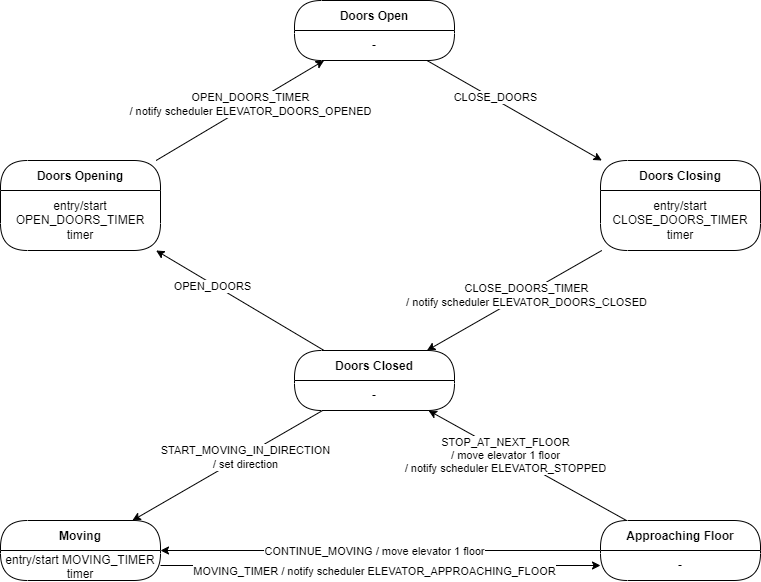
Earlier version of the draw.io export UML_Diagrams/UML_State_Diagram-Elevator.drawio.png (robsim378/sysc_3303_project). Source tidied: cells renumbered, new cells last; positions are measured from the earlier drawing's top-left corner, leaving out a move shared by most shapes. The source it was exported from:
```xml
<mxGraphModel>
  <root>
    <mxCell id="0" />
    <mxCell id="1" parent="0" />
    <mxCell id="2" style="edgeStyle=none;rounded=0;jettySize=auto;html=1;" parent="1" edge="1" source="4" target="12">
      <mxGeometry relative="1" as="geometry" />
    </mxCell>
    <mxCell id="3" value="CLOSE_DOORS" style="edgeLabel;html=1;align=center;verticalAlign=middle;" parent="2" vertex="1">
      <mxGeometry x="-0.24" y="2" relative="1" as="geometry" />
    </mxCell>
    <mxCell id="4" value="Doors Open" style="swimlane;fontStyle=1;align=center;verticalAlign=middle;horizontal=1;startSize=30;fontColor=#000000;rounded=1;arcSize=30;strokeColor=#000000;fillColor=#FFFFFF;swimlaneFillColor=#FFFFFF;" parent="1" vertex="1">
      <mxGeometry x="294" width="160" height="60" as="geometry" />
    </mxCell>
    <mxCell id="5" value="-" style="text;html=1;strokeColor=none;fillColor=none;align=center;verticalAlign=middle;spacingLeft=4;spacingRight=4;whiteSpace=wrap;overflow=hidden;fontColor=#000000;" parent="4" vertex="1">
      <mxGeometry y="30" width="160" height="30" as="geometry" />
    </mxCell>
    <mxCell id="6" style="edgeStyle=none;rounded=0;jettySize=auto;html=1;" parent="1" edge="1" source="8" target="4">
      <mxGeometry relative="1" as="geometry" />
    </mxCell>
    <mxCell id="7" value="OPEN_DOORS_TIMER&lt;br&gt;/ notify scheduler ELEVATOR_DOORS_OPENED" style="edgeLabel;html=1;align=center;verticalAlign=middle;" parent="6" vertex="1">
      <mxGeometry x="0.12" y="1" relative="1" as="geometry" />
    </mxCell>
    <mxCell id="8" value="Doors Opening" style="swimlane;fontStyle=1;align=center;verticalAlign=middle;horizontal=1;startSize=30;fontColor=#000000;rounded=1;arcSize=30;strokeColor=#000000;fillColor=#FFFFFF;swimlaneFillColor=#FFFFFF;" parent="1" vertex="1">
      <mxGeometry y="160" width="160" height="90" as="geometry" />
    </mxCell>
    <mxCell id="9" value="entry/start OPEN_DOORS_TIMER timer" style="text;html=1;strokeColor=none;fillColor=none;align=center;verticalAlign=middle;spacingLeft=4;spacingRight=4;whiteSpace=wrap;overflow=hidden;fontColor=#000000;" parent="8" vertex="1">
      <mxGeometry y="30" width="160" height="60" as="geometry" />
    </mxCell>
    <mxCell id="10" style="edgeStyle=none;rounded=0;jettySize=auto;html=1;" parent="1" edge="1" source="12" target="18">
      <mxGeometry relative="1" as="geometry" />
    </mxCell>
    <mxCell id="11" value="CLOSE_DOORS_TIMER&lt;br&gt;/ notify scheduler ELEVATOR_DOORS_CLOSED" style="edgeLabel;html=1;align=center;verticalAlign=middle;" parent="10" vertex="1">
      <mxGeometry x="-0.12" y="1" relative="1" as="geometry" />
    </mxCell>
    <mxCell id="12" value="Doors Closing" style="swimlane;fontStyle=1;align=center;verticalAlign=middle;horizontal=1;startSize=30;fontColor=#000000;rounded=1;arcSize=30;strokeColor=#000000;fillColor=#FFFFFF;swimlaneFillColor=#FFFFFF;" parent="1" vertex="1">
      <mxGeometry x="600" y="160" width="160" height="90" as="geometry" />
    </mxCell>
    <mxCell id="13" value="entry/start CLOSE_DOORS_TIMER timer" style="text;html=1;strokeColor=none;fillColor=none;align=center;verticalAlign=middle;spacingLeft=4;spacingRight=4;whiteSpace=wrap;overflow=hidden;fontColor=#000000;" parent="12" vertex="1">
      <mxGeometry y="30" width="160" height="60" as="geometry" />
    </mxCell>
    <mxCell id="14" style="edgeStyle=none;rounded=0;jettySize=auto;html=1;" parent="1" edge="1" source="18" target="22">
      <mxGeometry relative="1" as="geometry" />
    </mxCell>
    <mxCell id="15" value="START_MOVING_IN_DIRECTION&lt;br&gt;/ set direction" style="edgeLabel;html=1;align=center;verticalAlign=middle;" parent="14" vertex="1">
      <mxGeometry x="-0.17" y="1" relative="1" as="geometry" />
    </mxCell>
    <mxCell id="16" style="edgeStyle=none;rounded=0;jettySize=auto;html=1;" parent="1" edge="1" source="18" target="8">
      <mxGeometry relative="1" as="geometry" />
    </mxCell>
    <mxCell id="17" value="OPEN_DOORS" style="edgeLabel;html=1;align=center;verticalAlign=middle;" parent="16" vertex="1">
      <mxGeometry x="0.32" y="2" relative="1" as="geometry" />
    </mxCell>
    <mxCell id="18" value="Doors Closed" style="swimlane;fontStyle=1;align=center;verticalAlign=middle;horizontal=1;startSize=30;fontColor=#000000;rounded=1;arcSize=30;strokeColor=#000000;fillColor=#FFFFFF;swimlaneFillColor=#FFFFFF;" parent="1" vertex="1">
      <mxGeometry x="294" y="350" width="160" height="60" as="geometry" />
    </mxCell>
    <mxCell id="19" value="-" style="text;html=1;strokeColor=none;fillColor=none;align=center;verticalAlign=middle;spacingLeft=4;spacingRight=4;whiteSpace=wrap;overflow=hidden;fontColor=#000000;" parent="18" vertex="1">
      <mxGeometry y="30" width="160" height="30" as="geometry" />
    </mxCell>
    <mxCell id="20" style="edgeStyle=none;rounded=0;jettySize=auto;html=1;" parent="1" edge="1" source="23" target="29">
      <mxGeometry relative="1" as="geometry" />
    </mxCell>
    <mxCell id="21" value="MOVING_TIMER / notify scheduler ELEVATOR_APPROACHING_FLOOR" style="edgeLabel;html=1;align=center;verticalAlign=middle;" parent="20" vertex="1">
      <mxGeometry x="-0.46" y="-1" relative="1" as="geometry">
        <mxPoint x="95" y="4" as="offset" />
      </mxGeometry>
    </mxCell>
    <mxCell id="22" value="Moving" style="swimlane;fontStyle=1;align=center;verticalAlign=middle;horizontal=1;startSize=30;fontColor=#000000;rounded=1;arcSize=30;strokeColor=#000000;fillColor=#FFFFFF;swimlaneFillColor=#FFFFFF;" parent="1" vertex="1">
      <mxGeometry y="520" width="160" height="60" as="geometry" />
    </mxCell>
    <mxCell id="23" value="entry/start MOVING_TIMER timer" style="text;html=1;strokeColor=none;fillColor=none;align=center;verticalAlign=middle;spacingLeft=4;spacingRight=4;whiteSpace=wrap;overflow=hidden;fontColor=#000000;" parent="22" vertex="1">
      <mxGeometry y="30" width="160" height="30" as="geometry" />
    </mxCell>
    <mxCell id="24" style="edgeStyle=none;rounded=0;jettySize=auto;html=1;" parent="1" edge="1" source="28" target="22">
      <mxGeometry relative="1" as="geometry" />
    </mxCell>
    <mxCell id="25" value="CONTINUE_MOVING / move elevator 1 floor" style="edgeLabel;html=1;align=center;verticalAlign=middle;" parent="24" vertex="1">
      <mxGeometry x="0.38" y="-2" relative="1" as="geometry">
        <mxPoint x="78" y="2" as="offset" />
      </mxGeometry>
    </mxCell>
    <mxCell id="26" style="edgeStyle=none;rounded=0;jettySize=auto;html=1;" parent="1" edge="1" source="28" target="18">
      <mxGeometry relative="1" as="geometry" />
    </mxCell>
    <mxCell id="27" value="STOP_AT_NEXT_FLOOR&lt;br&gt;/ move elevator 1 floor&lt;br&gt;/ notify scheduler ELEVATOR_STOPPED" style="edgeLabel;html=1;align=center;verticalAlign=middle;" parent="26" vertex="1">
      <mxGeometry x="0.22" y="2" relative="1" as="geometry" />
    </mxCell>
    <mxCell id="28" value="Approaching Floor" style="swimlane;fontStyle=1;align=center;verticalAlign=middle;horizontal=1;startSize=30;fontColor=#000000;rounded=1;arcSize=30;strokeColor=#000000;fillColor=#FFFFFF;swimlaneFillColor=#FFFFFF;" parent="1" vertex="1">
      <mxGeometry x="600" y="520" width="160" height="60" as="geometry" />
    </mxCell>
    <mxCell id="29" value="-" style="text;html=1;strokeColor=none;fillColor=none;align=center;verticalAlign=middle;spacingLeft=4;spacingRight=4;whiteSpace=wrap;overflow=hidden;fontColor=#000000;" parent="28" vertex="1">
      <mxGeometry y="30" width="160" height="30" as="geometry" />
    </mxCell>
  </root>
</mxGraphModel>
```
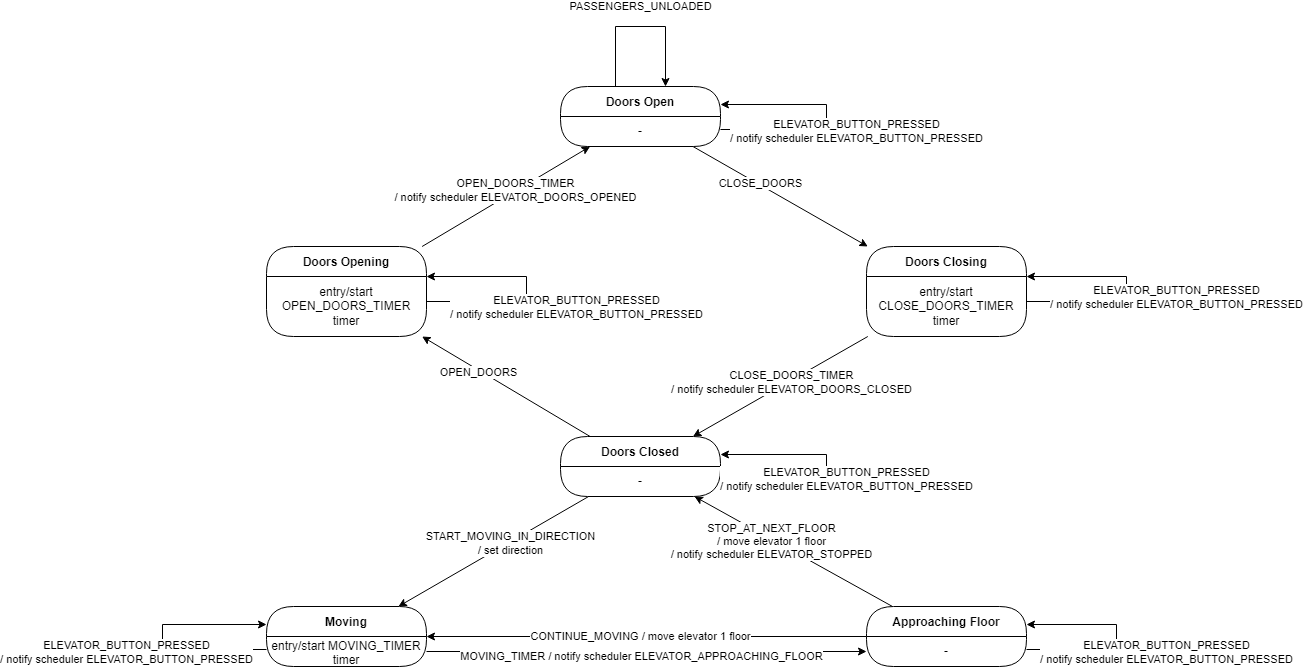
After the change.

Commit message:
uml state diagrams

Change to the diagram source:
```diff
@@ -56,6 +56,19 @@
     <mxCell id="19" value="-" style="text;html=1;strokeColor=none;fillColor=none;align=center;verticalAlign=middle;spacingLeft=4;spacingRight=4;whiteSpace=wrap;overflow=hidden;fontColor=#000000;" parent="18" vertex="1">
       <mxGeometry y="30" width="160" height="30" as="geometry" />
     </mxCell>
+    <mxCell id="30" style="edgeStyle=orthogonalEdgeStyle;rounded=0;jettySize=auto;html=1;" parent="18" edge="1" source="19" target="18">
+      <mxGeometry relative="1" as="geometry">
+        <Array as="points">
+          <mxPoint x="266" y="43" />
+          <mxPoint x="266" y="18" />
+        </Array>
+      </mxGeometry>
+    </mxCell>
+    <mxCell id="31" value="ELEVATOR_BUTTON_PRESSED&lt;br style=&quot;border-color: var(--border-color);&quot;&gt;/ notify scheduler ELEVATOR_BUTTON_PRESSED" style="edgeLabel;html=1;align=center;verticalAlign=middle;" parent="30" vertex="1">
+      <mxGeometry relative="1" as="geometry">
+        <mxPoint x="20" y="12" as="offset" />
+      </mxGeometry>
+    </mxCell>
     <mxCell id="20" style="edgeStyle=none;rounded=0;jettySize=auto;html=1;" parent="1" edge="1" source="23" target="29">
       <mxGeometry relative="1" as="geometry" />
     </mxCell>
@@ -90,5 +103,83 @@
     <mxCell id="29" value="-" style="text;html=1;strokeColor=none;fillColor=none;align=center;verticalAlign=middle;spacingLeft=4;spacingRight=4;whiteSpace=wrap;overflow=hidden;fontColor=#000000;" parent="28" vertex="1">
       <mxGeometry y="30" width="160" height="30" as="geometry" />
     </mxCell>
+    <mxCell id="32" style="edgeStyle=orthogonalEdgeStyle;rounded=0;orthogonalLoop=1;jettySize=auto;html=1;" parent="1" edge="1" source="4" target="4">
+      <mxGeometry relative="1" as="geometry">
+        <Array as="points">
+          <mxPoint x="349" y="-60" />
+          <mxPoint x="399" y="-60" />
+        </Array>
+      </mxGeometry>
+    </mxCell>
+    <mxCell id="33" value="PASSENGERS_UNLOADED" style="edgeLabel;html=1;align=center;verticalAlign=middle;" parent="32" vertex="1">
+      <mxGeometry x="0.26" relative="1" as="geometry">
+        <mxPoint x="-22" y="-20" as="offset" />
+      </mxGeometry>
+    </mxCell>
+    <mxCell id="34" style="edgeStyle=orthogonalEdgeStyle;rounded=0;orthogonalLoop=1;jettySize=auto;html=1;" parent="1" edge="1" source="12" target="12">
+      <mxGeometry relative="1" as="geometry">
+        <Array as="points">
+          <mxPoint x="860" y="215" />
+          <mxPoint x="860" y="190" />
+        </Array>
+      </mxGeometry>
+    </mxCell>
+    <mxCell id="35" value="ELEVATOR_BUTTON_PRESSED&lt;br style=&quot;border-color: var(--border-color);&quot;&gt;/ notify scheduler ELEVATOR_BUTTON_PRESSED" style="edgeLabel;html=1;align=center;verticalAlign=middle;" parent="34" vertex="1">
+      <mxGeometry relative="1" as="geometry">
+        <mxPoint x="50" y="8" as="offset" />
+      </mxGeometry>
+    </mxCell>
+    <mxCell id="36" style="edgeStyle=orthogonalEdgeStyle;rounded=0;orthogonalLoop=1;jettySize=auto;html=1;" parent="1" edge="1" source="4" target="4">
+      <mxGeometry relative="1" as="geometry">
+        <Array as="points">
+          <mxPoint x="560" y="43" />
+          <mxPoint x="560" y="18" />
+        </Array>
+      </mxGeometry>
+    </mxCell>
+    <mxCell id="37" value="ELEVATOR_BUTTON_PRESSED&lt;br style=&quot;border-color: var(--border-color);&quot;&gt;/ notify scheduler ELEVATOR_BUTTON_PRESSED" style="edgeLabel;html=1;align=center;verticalAlign=middle;" parent="36" vertex="1">
+      <mxGeometry relative="1" as="geometry">
+        <mxPoint x="30" y="14" as="offset" />
+      </mxGeometry>
+    </mxCell>
+    <mxCell id="38" style="edgeStyle=orthogonalEdgeStyle;rounded=0;orthogonalLoop=1;jettySize=auto;html=1;" parent="1" edge="1" source="8" target="8">
+      <mxGeometry relative="1" as="geometry">
+        <Array as="points">
+          <mxPoint x="260" y="215" />
+          <mxPoint x="260" y="190" />
+        </Array>
+      </mxGeometry>
+    </mxCell>
+    <mxCell id="39" value="ELEVATOR_BUTTON_PRESSED&lt;br style=&quot;border-color: var(--border-color);&quot;&gt;/ notify scheduler ELEVATOR_BUTTON_PRESSED" style="edgeLabel;html=1;align=center;verticalAlign=middle;" parent="38" vertex="1">
+      <mxGeometry relative="1" as="geometry">
+        <mxPoint x="50" y="18" as="offset" />
+      </mxGeometry>
+    </mxCell>
+    <mxCell id="40" style="edgeStyle=orthogonalEdgeStyle;rounded=0;orthogonalLoop=1;jettySize=auto;html=1;" parent="1" edge="1" source="28" target="28">
+      <mxGeometry relative="1" as="geometry">
+        <Array as="points">
+          <mxPoint x="850" y="563" />
+          <mxPoint x="850" y="538" />
+        </Array>
+      </mxGeometry>
+    </mxCell>
+    <mxCell id="41" value="ELEVATOR_BUTTON_PRESSED&lt;br style=&quot;border-color: var(--border-color);&quot;&gt;/ notify scheduler ELEVATOR_BUTTON_PRESSED" style="edgeLabel;html=1;align=center;verticalAlign=middle;" parent="40" vertex="1">
+      <mxGeometry relative="1" as="geometry">
+        <mxPoint x="50" y="15" as="offset" />
+      </mxGeometry>
+    </mxCell>
+    <mxCell id="42" style="edgeStyle=orthogonalEdgeStyle;rounded=0;orthogonalLoop=1;jettySize=auto;html=1;" parent="1" edge="1" source="22" target="22">
+      <mxGeometry relative="1" as="geometry">
+        <Array as="points">
+          <mxPoint x="-104" y="563" />
+          <mxPoint x="-104" y="538" />
+        </Array>
+      </mxGeometry>
+    </mxCell>
+    <mxCell id="43" value="ELEVATOR_BUTTON_PRESSED&lt;br style=&quot;border-color: var(--border-color);&quot;&gt;/ notify scheduler ELEVATOR_BUTTON_PRESSED" style="edgeLabel;html=1;align=center;verticalAlign=middle;" parent="42" vertex="1">
+      <mxGeometry relative="1" as="geometry">
+        <mxPoint x="-36" y="15" as="offset" />
+      </mxGeometry>
+    </mxCell>
   </root>
 </mxGraphModel>
```
